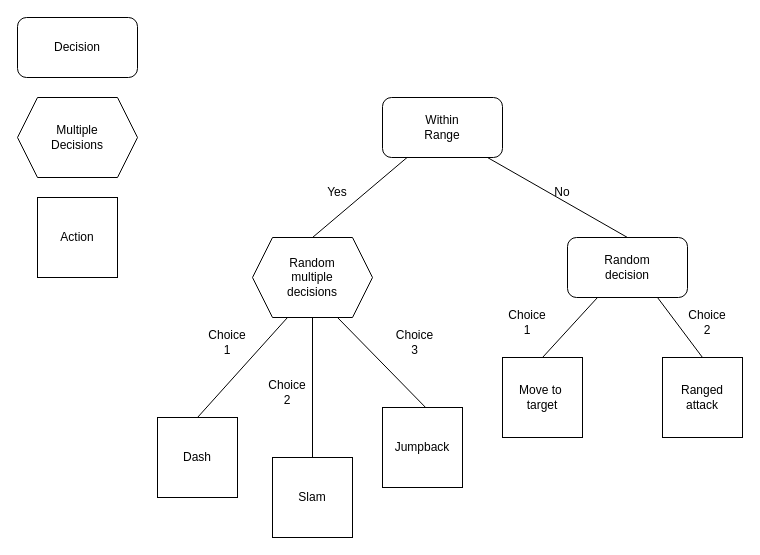
The draw.io diagram decisionPatterns/BoarBossDecisionTree.drawio in Wikkus/TheOneTrueKing, before the edit. Source tidied: cells renumbered, new cells numbered last; positions are measured from the earlier drawing's top-left corner, leaving out a move shared by most shapes. Both pictures are drawn from the tidied source at 100%, with x=0, y=0 at pixel (17, 17).
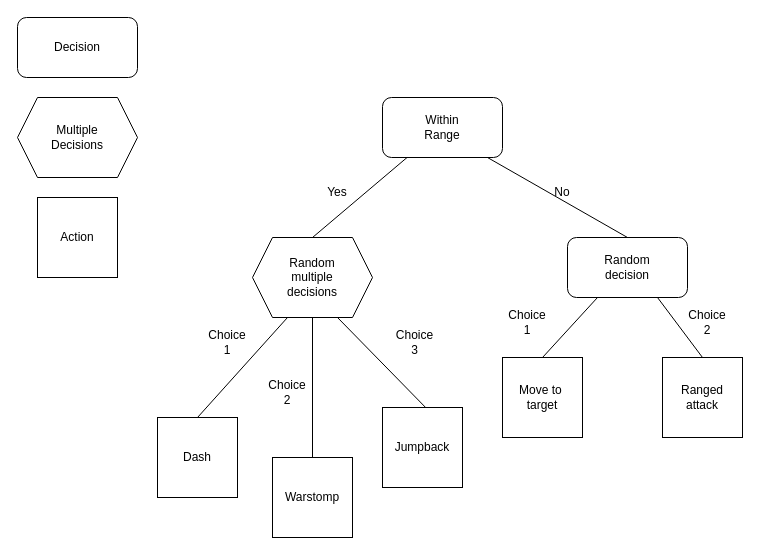
The same page after the edit.

Commit message (it also covers changes not shown here):
BossBoar now has a finished decision tree and out of border check offset changed for projectiles

The edit, as a diff of the source:
```diff
@@
-    <mxCell id="25" value="Slam" style="whiteSpace=wrap;html=1;" parent="1" vertex="1">
+    <mxCell id="25" value="Warstomp" style="whiteSpace=wrap;html=1;" parent="1" vertex="1">
       <mxGeometry x="255" y="440" width="80" height="80" as="geometry" />
     </mxCell>
```
